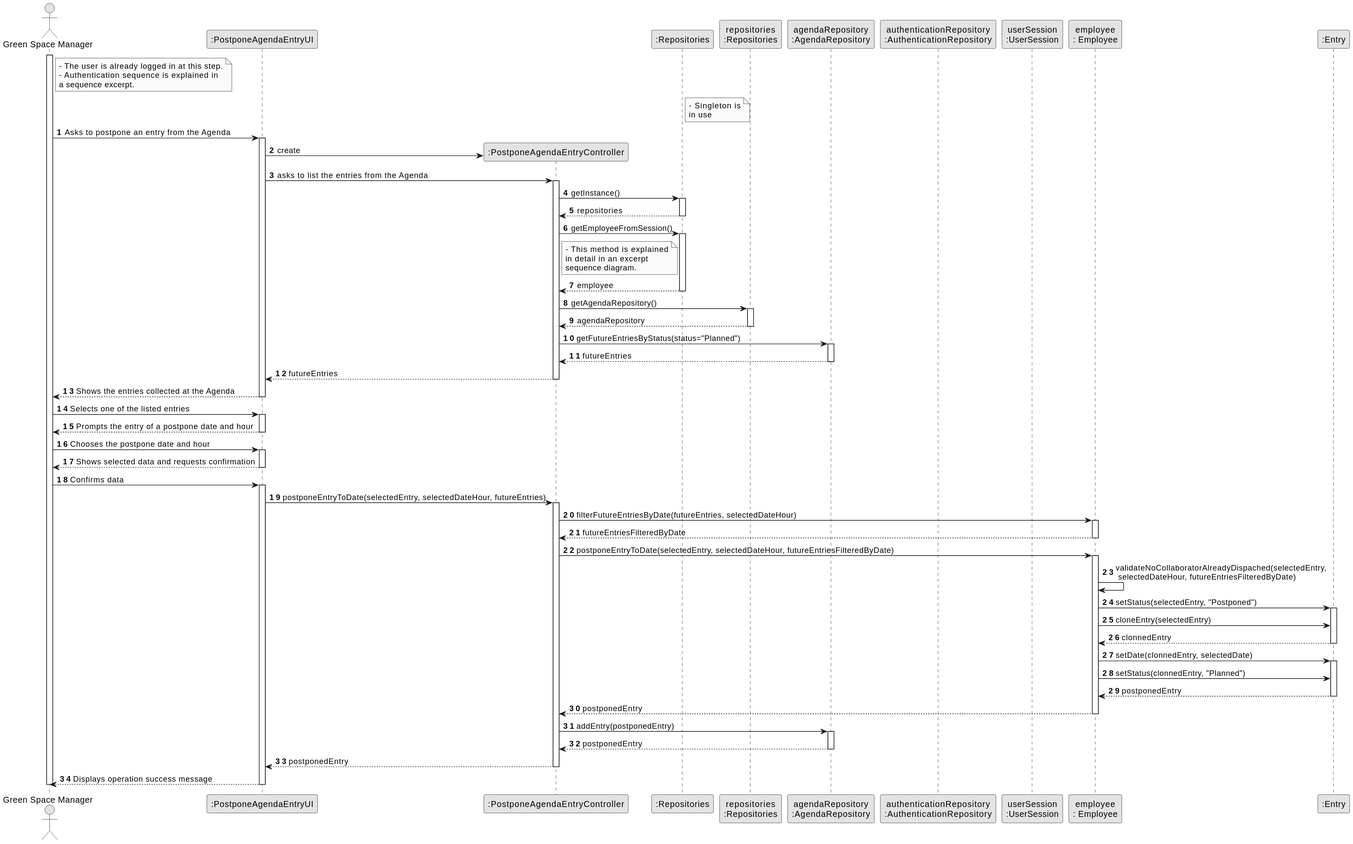
The PlantUML diagram docs/sprintC/us24/03.design/svg/us24-sequence-diagram-full.svg in Paulo-Pereira-at-ISEP/lei-24-s2-1nanb-g321, before a commit.
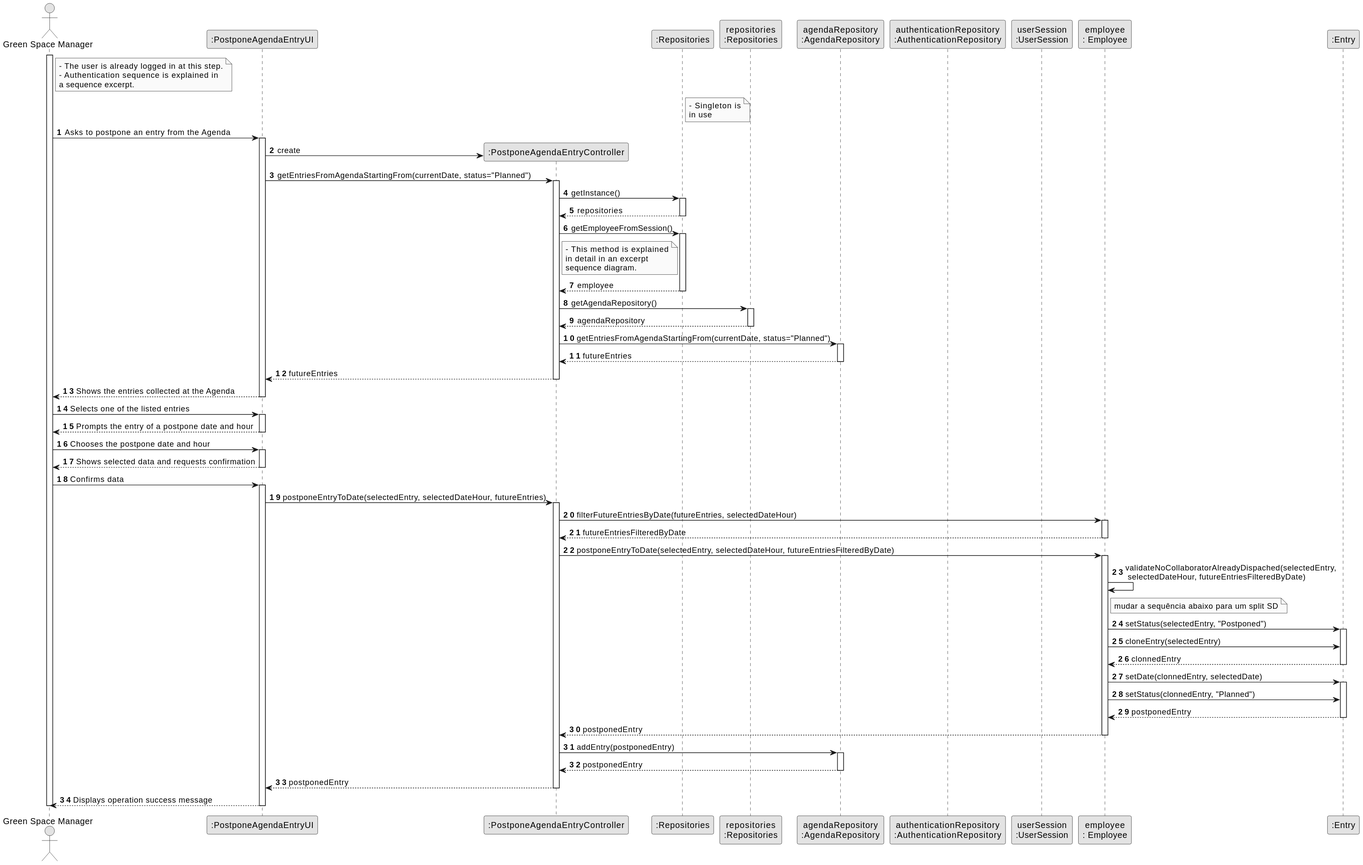
After the change.

Commit message:
LGGPM-203 - US24 - Design - SD update

What changed in the source:
```diff
@@ -36,7 +36,7 @@
 
             UI -> controller** : create
 
-            UI -> controller : asks to list the entries from the Agenda
+            UI -> controller : getEntriesFromAgendaStartingFrom(currentDate, status="Planned")
             activate controller
 
                 controller -> singleton : getInstance()
@@ -65,7 +65,7 @@
                     rep --> controller: agendaRepository
                 deactivate rep
 
-                controller -> agendaRepository : getFutureEntriesByStatus(status="Planned")
+                controller -> agendaRepository : getEntriesFromAgendaStartingFrom(currentDate, status="Planned")
                 activate agendaRepository
 
                     agendaRepository --> controller : futureEntries
@@ -122,6 +122,10 @@
 
                         MGR -> MGR : validateNoCollaboratorAlreadyDispached(selectedEntry,\n selectedDateHour, futureEntriesFilteredByDate)
 
+                        note right MGR
+                        mudar a sequência abaixo para um split SD
+                        end note
+
                         MGR -> entry :setStatus(selectedEntry, "Postponed")
 
                         activate entry
```
